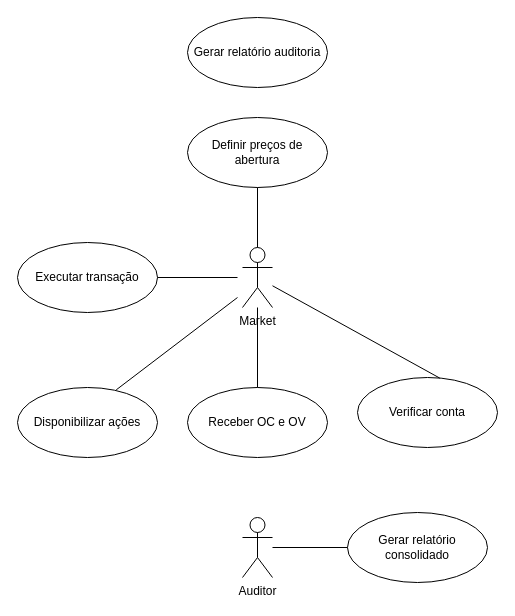
Above: diagramaCasosDeUso.drawio in brunoorlandin/StockFEI-DealBroker (draw.io), before the change. Source tidied: cells renumbered, new cells numbered last; positions are measured from the earlier drawing's top-left corner, leaving out a move shared by most shapes. Both pictures are drawn from the tidied source at 100%, with x=0, y=0 at pixel (17, 17).
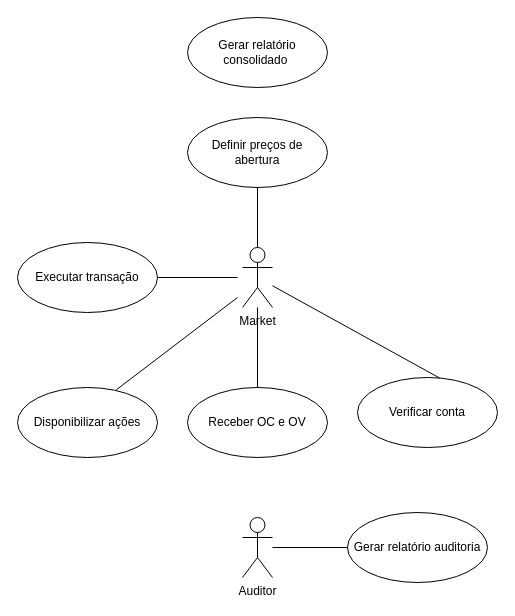
The same page after the edit.

Commit message:
ajuste diagrama de casos de uso

Change to the diagram source:
```diff
@@
-    <mxCell id="8" value="Gerar relatório consolidado" style="ellipse;whiteSpace=wrap;html=1;" parent="1" vertex="1">
+    <mxCell id="8" value="Gerar relatório auditoria" style="ellipse;whiteSpace=wrap;html=1;" parent="1" vertex="1">
       <mxGeometry x="330" y="495" width="140" height="70" as="geometry" />
     </mxCell>
-    <mxCell id="9" value="Gerar relatório auditoria" style="ellipse;whiteSpace=wrap;html=1;" parent="1" vertex="1">
+    <mxCell id="9" value="Gerar relatório consolidado&amp;nbsp;" style="ellipse;whiteSpace=wrap;html=1;" parent="1" vertex="1">
       <mxGeometry x="170" width="140" height="70" as="geometry" />
     </mxCell>
```
